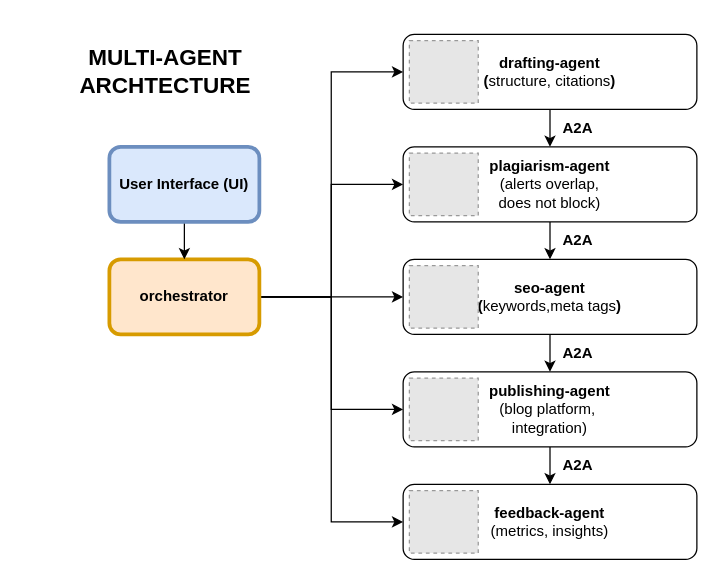
The draw.io diagram multi-agent-collaboration/launchmyblog/multi-agent-architecture.drawio in PriyankaKB/AI-Agents, before the edit. Source tidied: cells renumbered, new cells numbered last; positions are measured from the earlier drawing's top-left corner, leaving out a move shared by most shapes. Both pictures are drawn from the tidied source at 125%, with x=0, y=0 at pixel (21, 21). Pictures stored in the file or linked from it are replaced by grey dashed boxes.
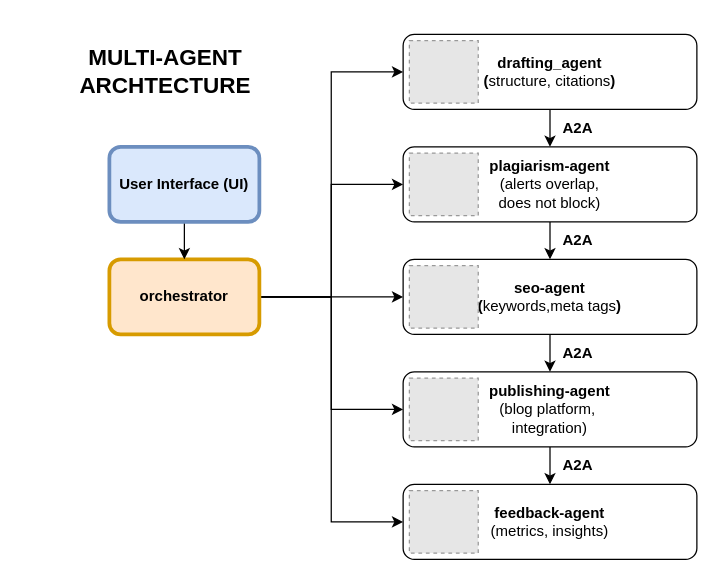
The same page after the edit.

Commit message (it also covers changes not shown here):
corrections in agent name

Change to the diagram source:
```diff
@@
-    <mxCell id="3" value="&lt;b&gt;drafting-agent&lt;/b&gt;&lt;div&gt;&lt;b&gt;(&lt;/b&gt;structure, citations&lt;b&gt;)&lt;/b&gt;&lt;/div&gt;" style="rounded=1;whiteSpace=wrap;html=1;" parent="1" vertex="1">
+    <mxCell id="3" value="&lt;b&gt;drafting_agent&lt;/b&gt;&lt;div&gt;&lt;b&gt;(&lt;/b&gt;structure, citations&lt;b&gt;)&lt;/b&gt;&lt;/div&gt;" style="rounded=1;whiteSpace=wrap;html=1;" parent="1" vertex="1">
       <mxGeometry x="305" y="10" width="235" height="60" as="geometry" />
     </mxCell>
```
